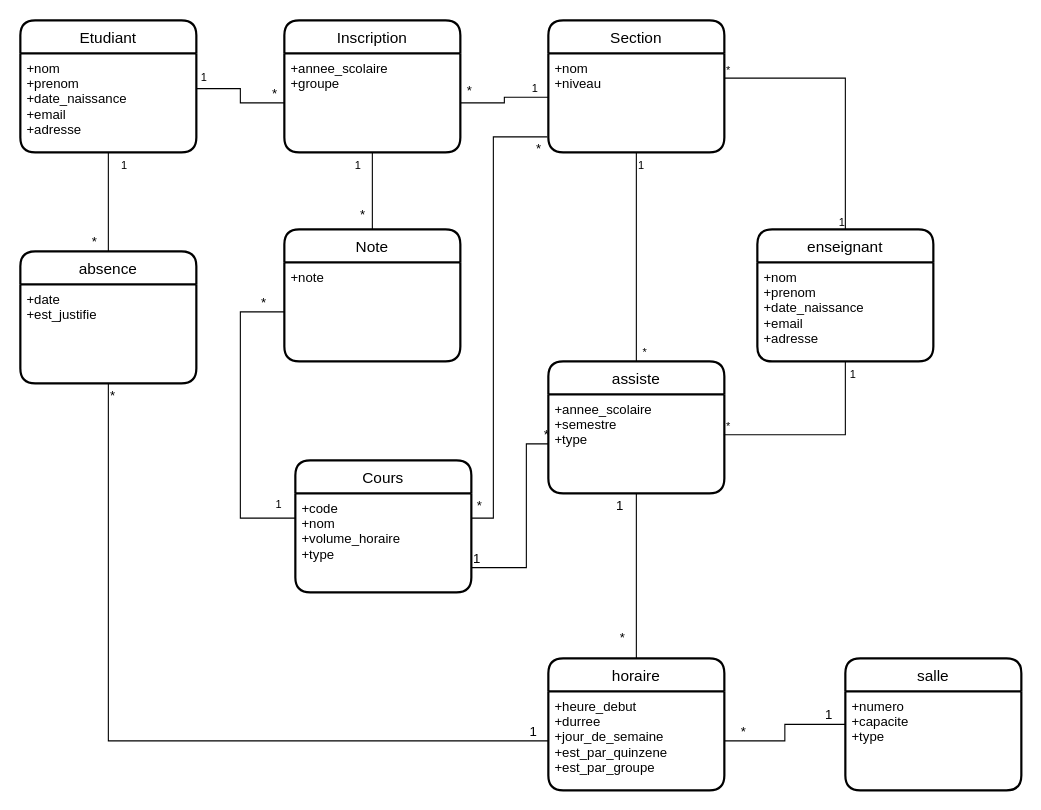
Before: DB_schema.drawio in maha3110/department-management, a draw.io diagram. Source tidied: cells renumbered, new cells numbered last; positions are measured from the earlier drawing's top-left corner, leaving out a move shared by most shapes. Both pictures are drawn from the tidied source at 110%, with x=0, y=0 at pixel (20, 20).
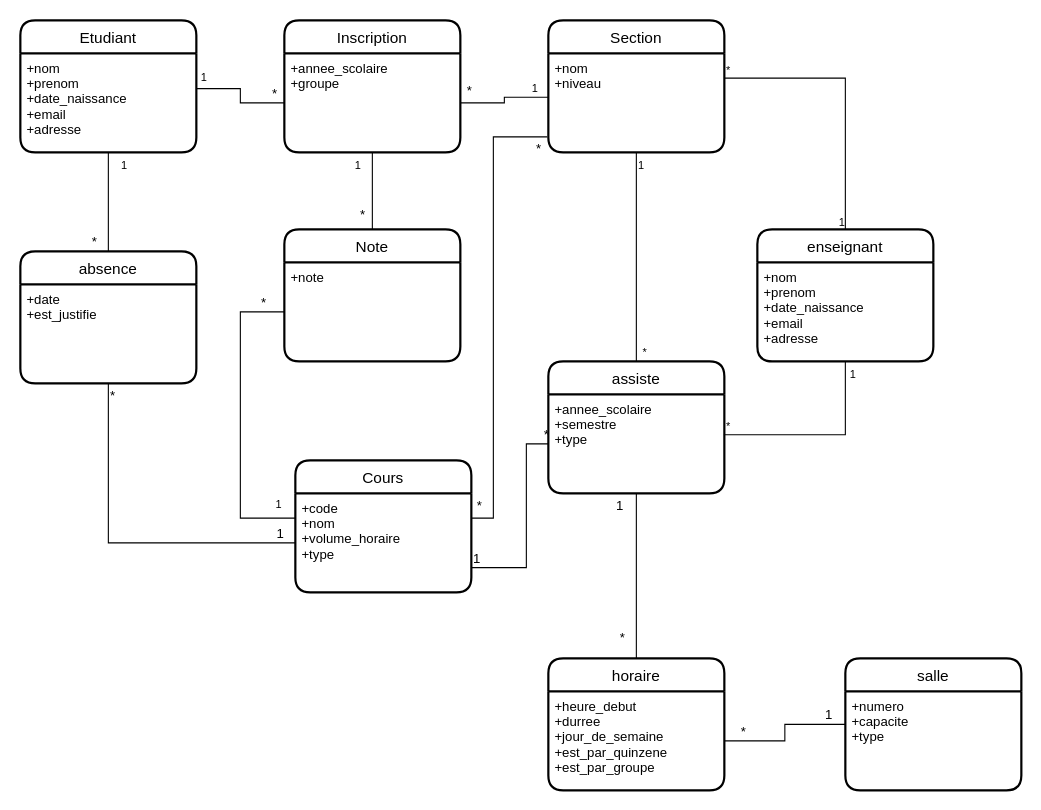
Above is the later version.

The change refers to these unchanged cells:
```xml
<mxCell id="7" value="+code&#10;+nom&#10;+volume_horaire&#10;+type" style="align=left;strokeColor=none;fillColor=none;spacingLeft=4;fontSize=12;verticalAlign=top;" parent="6" vertex="1">
  <mxGeometry y="30" width="160" height="90" as="geometry" />
</mxCell>
<mxCell id="28" value="+heure_debut&#10;+durree&#10;+jour_de_semaine&#10;+est_par_quinzene&#10;+est_par_groupe" style="align=left;strokeColor=none;fillColor=none;spacingLeft=4;fontSize=12;verticalAlign=top;" parent="27" vertex="1">
  <mxGeometry y="30" width="160" height="90" as="geometry" />
</mxCell>
<mxCell id="30" value="+date&#10;+est_justifie" style="align=left;strokeColor=none;fillColor=none;spacingLeft=4;fontSize=12;verticalAlign=top;" parent="29" vertex="1">
  <mxGeometry y="30" width="160" height="90" as="geometry" />
</mxCell>
```

Diff of the diagram source:
```diff
@@
-    <mxCell id="58" style="endArrow=none;html=1;rounded=0;elbow=vertical;entryX=0;entryY=0.5;entryDx=0;entryDy=0;edgeStyle=orthogonalEdgeStyle;exitX=0.5;exitY=1;exitDx=0;exitDy=0;" parent="1" edge="1" source="30" target="28">
+    <mxCell id="58" style="endArrow=none;html=1;rounded=0;elbow=vertical;entryX=0;entryY=0.5;entryDx=0;entryDy=0;edgeStyle=orthogonalEdgeStyle;exitX=0.5;exitY=1;exitDx=0;exitDy=0;" parent="1" edge="1" source="30" target="7">
       <mxGeometry relative="1" as="geometry" />
     </mxCell>
```
